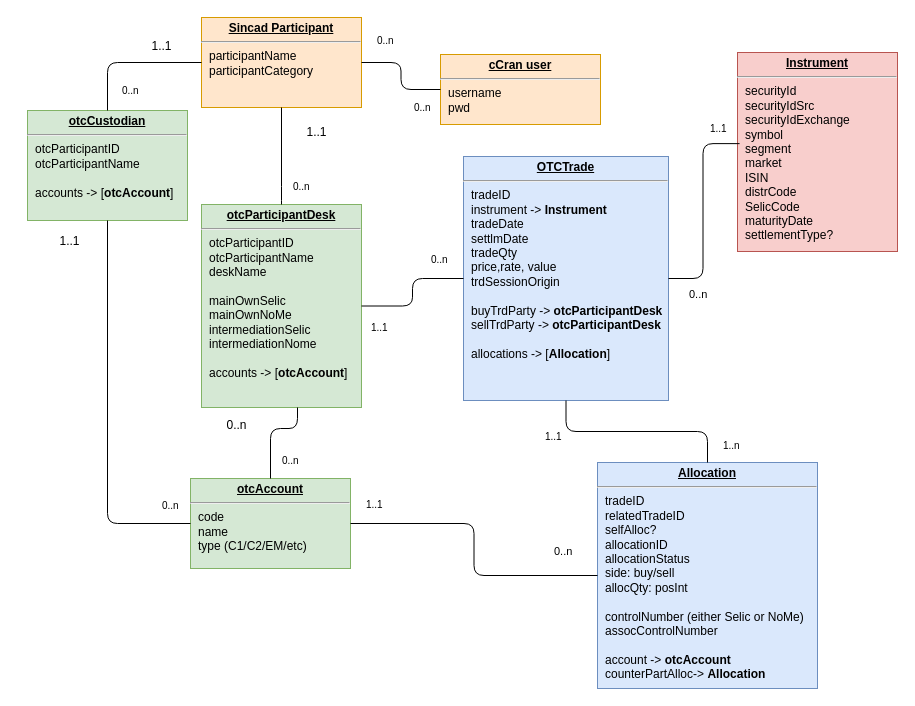
The draw.io diagram Untitled Diagram.drawio in mbolmstrand/graphql_is_the_bomb, before the edit. Source tidied: cells renumbered, new cells numbered last; positions are measured from the earlier drawing's top-left corner, leaving out a move shared by most shapes. Both pictures are drawn from the tidied source at 100%, with x=0, y=0 at pixel (27, 17).
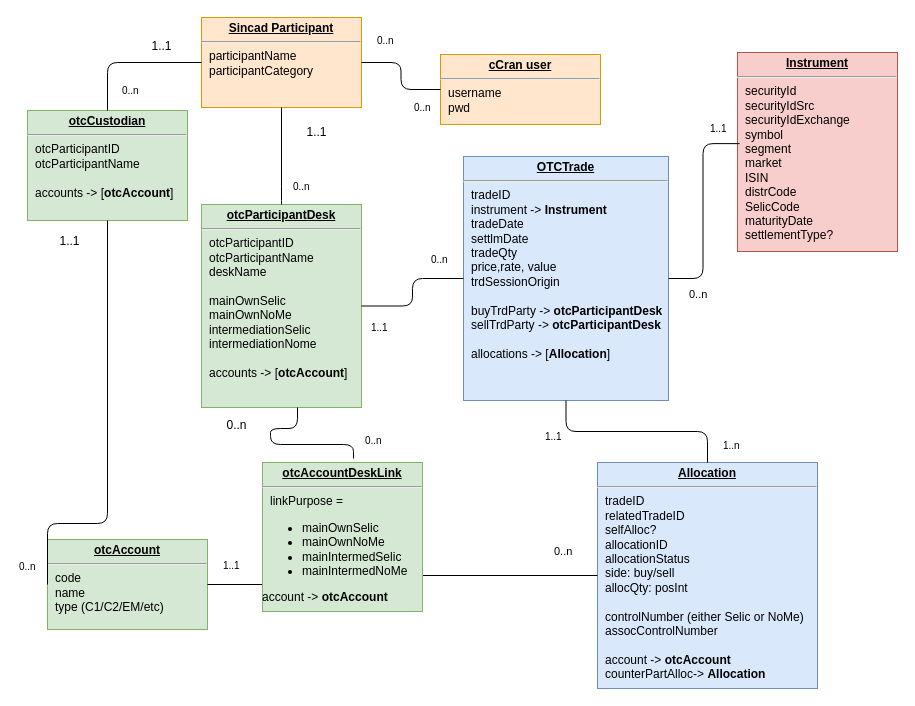
The same page after the edit.

Unchanged cells that the change refers to:
```xml
<mxCell id="3" value="&lt;p style=&quot;margin: 0px ; margin-top: 4px ; text-align: center ; text-decoration: underline&quot;&gt;&lt;b&gt;otcParticipantDesk&lt;/b&gt;&lt;/p&gt;&lt;hr&gt;&lt;p style=&quot;margin: 0px ; margin-left: 8px&quot;&gt;otcParticipantID&lt;br&gt;otcParticipantName&lt;br&gt;deskName&lt;/p&gt;&lt;p style=&quot;margin: 0px ; margin-left: 8px&quot;&gt;&lt;br&gt;&lt;/p&gt;&lt;p style=&quot;margin: 0px ; margin-left: 8px&quot;&gt;mainOwnSelic&lt;/p&gt;&lt;p style=&quot;margin: 0px ; margin-left: 8px&quot;&gt;mainOwnNoMe&lt;/p&gt;&lt;p style=&quot;margin: 0px ; margin-left: 8px&quot;&gt;intermediationSelic&lt;/p&gt;&lt;p style=&quot;margin: 0px ; margin-left: 8px&quot;&gt;intermediationNome&lt;/p&gt;&lt;p style=&quot;margin: 0px ; margin-left: 8px&quot;&gt;&lt;br&gt;&lt;/p&gt;&lt;p style=&quot;margin: 0px ; margin-left: 8px&quot;&gt;accounts -&amp;gt; [&lt;b&gt;otcAccount&lt;/b&gt;]&lt;/p&gt;" style="verticalAlign=top;align=left;overflow=fill;fontSize=12;fontFamily=Helvetica;html=1;fillColor=#d5e8d4;strokeColor=#82b366;" parent="1" vertex="1">
  <mxGeometry x="174" y="187" width="160" height="203" as="geometry" />
</mxCell>
```

The edit, as a diff of the source:
```diff
@@
     <mxCell id="4" value="&lt;p style=&quot;margin: 0px ; margin-top: 4px ; text-align: center ; text-decoration: underline&quot;&gt;&lt;b&gt;otcAccount&lt;/b&gt;&lt;/p&gt;&lt;hr&gt;&lt;p style=&quot;margin: 0px ; margin-left: 8px&quot;&gt;code&lt;br&gt;name&lt;/p&gt;&lt;p style=&quot;margin: 0px ; margin-left: 8px&quot;&gt;type (C1/C2/EM/etc)&lt;/p&gt;" style="verticalAlign=top;align=left;overflow=fill;fontSize=12;fontFamily=Helvetica;html=1;fillColor=#d5e8d4;strokeColor=#82b366;" parent="1" vertex="1">
-      <mxGeometry x="163" y="461" width="160" height="90" as="geometry" />
+      <mxGeometry x="20" y="522" width="160" height="90" as="geometry" />
     </mxCell>
-    <mxCell id="5" style="endArrow=none;html=1;startArrow=none;startFill=0;edgeStyle=orthogonalEdgeStyle;exitX=0.5;exitY=0;exitDx=0;exitDy=0;endFill=0;" parent="1" edge="1" source="4" target="3">
+    <mxCell id="5" style="endArrow=none;html=1;startArrow=none;startFill=0;edgeStyle=orthogonalEdgeStyle;exitX=0.569;exitY=-0.027;exitDx=0;exitDy=0;endFill=0;exitPerimeter=0;" parent="1" edge="1" source="46" target="3">
       <mxGeometry relative="1" as="geometry">
         <Array as="points">
+          <mxPoint x="243" y="427" />
           <mxPoint x="243" y="411" />
           <mxPoint x="270" y="411" />
         </Array>
       </mxGeometry>
     </mxCell>
@@
+    <mxCell id="46" value="&lt;p style=&quot;margin: 0px ; margin-top: 4px ; text-align: center ; text-decoration: underline&quot;&gt;&lt;b&gt;otcAccountDeskLink&lt;/b&gt;&lt;/p&gt;&lt;hr&gt;&lt;p style=&quot;margin: 0px ; margin-left: 8px&quot;&gt;linkPurpose =&amp;nbsp;&lt;/p&gt;&lt;p style=&quot;margin: 0px ; margin-left: 8px&quot;&gt;&lt;/p&gt;&lt;ul&gt;&lt;li&gt;&lt;span&gt;mainOwnSelic&lt;/span&gt;&lt;/li&gt;&lt;li&gt;&lt;span&gt;mainOwnNoMe&lt;/span&gt;&lt;/li&gt;&lt;li&gt;&lt;span&gt;mainIntermedSelic&lt;/span&gt;&lt;/li&gt;&lt;li&gt;&lt;span&gt;mainIntermedNoMe&lt;/span&gt;&lt;/li&gt;&lt;/ul&gt;&lt;div&gt;account -&amp;gt; &lt;b&gt;otcAccount&lt;/b&gt;&lt;/div&gt;&lt;p&gt;&lt;/p&gt;&lt;p style=&quot;margin: 0px ; margin-left: 8px&quot;&gt;&lt;br&gt;&lt;/p&gt;" style="verticalAlign=top;align=left;overflow=fill;fontSize=12;fontFamily=Helvetica;html=1;fillColor=#d5e8d4;strokeColor=#82b366;" parent="1" vertex="1">
+      <mxGeometry x="235" y="445" width="160" height="149" as="geometry" />
+    </mxCell>
```
